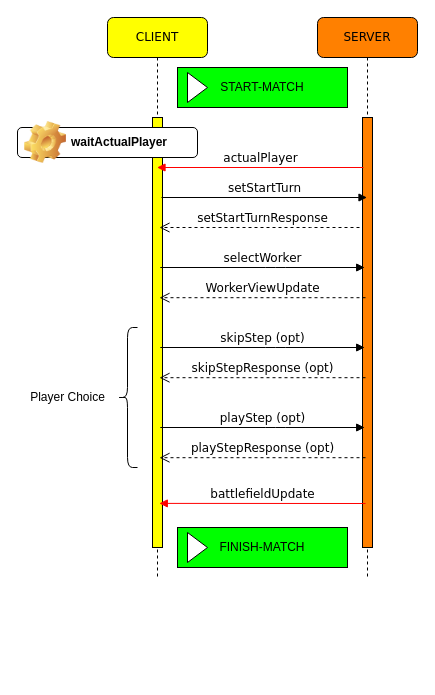
giovannidispoto/Santorini keeps this draw.io diagram as DELIVERABLES/Communications_Diagrams/2_Start_Match/2_Start_Match.drawio. Above is the earlier version. Source tidied: cells renumbered, new cells numbered last; positions are measured from the earlier drawing's top-left corner, leaving out a move shared by most shapes. Both pictures are drawn from the tidied source at 100%, with x=0, y=0 at pixel (17, 17).
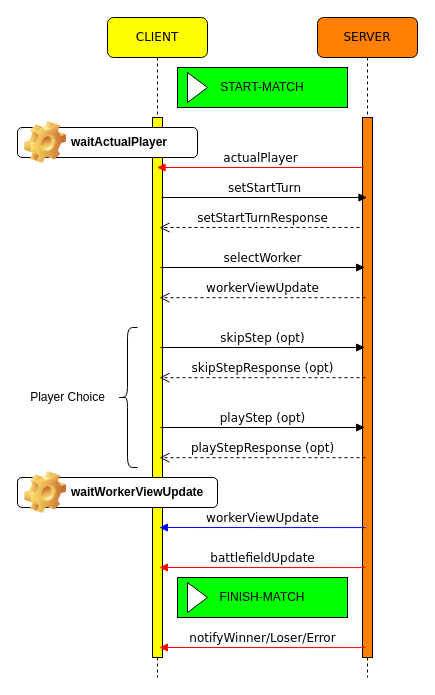
The same page after the edit.

Change to the diagram source:
```diff
@@
     <mxCell id="2" value="CLIENT" style="shape=umlLifeline;perimeter=lifelinePerimeter;whiteSpace=wrap;html=1;outlineConnect=0;rounded=1;shadow=0;comic=0;labelBackgroundColor=none;strokeWidth=1;fontFamily=Verdana;fontSize=12;align=center;fillColor=#FFFF00;" parent="1" vertex="1">
-      <mxGeometry x="90" width="100" height="560" as="geometry" />
+      <mxGeometry x="90" width="100" height="660" as="geometry" />
     </mxCell>
     <mxCell id="3" style="html=1;perimeter=orthogonalPerimeter;rounded=0;shadow=0;comic=0;labelBackgroundColor=none;strokeWidth=1;fontFamily=Verdana;fontSize=12;align=center;fillColor=#FFFF00;" parent="2" vertex="1">
-      <mxGeometry x="45" y="100" width="10" height="430" as="geometry" />
+      <mxGeometry x="45" y="100" width="10" height="540" as="geometry" />
     </mxCell>
@@
     <mxCell id="5" value="SERVER" style="shape=umlLifeline;perimeter=lifelinePerimeter;whiteSpace=wrap;html=1;outlineConnect=0;rounded=1;shadow=0;comic=0;labelBackgroundColor=none;strokeWidth=1;fontFamily=Verdana;fontSize=12;align=center;fillColor=#FF8000;" parent="1" vertex="1">
-      <mxGeometry x="300" width="100" height="560" as="geometry" />
+      <mxGeometry x="300" width="100" height="660" as="geometry" />
     </mxCell>
     <mxCell id="6" style="html=1;perimeter=orthogonalPerimeter;rounded=0;shadow=0;comic=0;labelBackgroundColor=none;strokeWidth=1;fontFamily=Verdana;fontSize=12;align=center;fillColor=#FF8000;" parent="5" vertex="1">
-      <mxGeometry x="45" y="100" width="10" height="430" as="geometry" />
+      <mxGeometry x="45" y="100" width="10" height="540" as="geometry" />
     </mxCell>
@@
-    <mxCell id="10" value="WorkerViewUpdate" style="html=1;verticalAlign=bottom;endArrow=open;dashed=1;endSize=8;labelBackgroundColor=none;fontFamily=Verdana;fontSize=12;edgeStyle=elbowEdgeStyle;elbow=vertical;entryX=0.9;entryY=0.136;entryDx=0;entryDy=0;entryPerimeter=0;" parent="1" edge="1">
+    <mxCell id="10" value="workerViewUpdate" style="html=1;verticalAlign=bottom;endArrow=open;dashed=1;endSize=8;labelBackgroundColor=none;fontFamily=Verdana;fontSize=12;edgeStyle=elbowEdgeStyle;elbow=vertical;entryX=0.9;entryY=0.136;entryDx=0;entryDy=0;entryPerimeter=0;" parent="1" edge="1">
       <mxGeometry relative="1" as="geometry">
         <mxPoint x="348" y="280.2" as="sourcePoint" />
         <mxPoint x="142" y="280" as="targetPoint" />
         <Array as="points">
           <mxPoint x="283" y="280.2" />
           <mxPoint x="313" y="280.2" />
         </Array>
       </mxGeometry>
     </mxCell>
@@
     <mxCell id="15" value="battlefieldUpdate" style="html=1;verticalAlign=bottom;endArrow=block;labelBackgroundColor=none;fontFamily=Verdana;fontSize=12;edgeStyle=elbowEdgeStyle;elbow=vertical;strokeColor=#FF0000;" parent="1" edge="1">
       <mxGeometry relative="1" as="geometry">
-        <mxPoint x="348" y="486" as="sourcePoint" />
-        <mxPoint x="141.8" y="485.9" as="targetPoint" />
+        <mxPoint x="348.1" y="550.1" as="sourcePoint" />
+        <mxPoint x="141.9" y="550" as="targetPoint" />
         <Array as="points">
-          <mxPoint x="262.2" y="485.9" />
+          <mxPoint x="262.4" y="550" />
         </Array>
       </mxGeometry>
     </mxCell>
@@
     <mxCell id="19" value="FINISH-MATCH" style="html=1;whiteSpace=wrap;fillColor=#00FF00;" parent="1" vertex="1">
-      <mxGeometry x="160" y="510" width="170" height="40" as="geometry" />
+      <mxGeometry x="160" y="560" width="170" height="40" as="geometry" />
     </mxCell>
@@
+    <mxCell id="23" value="waitWorkerViewUpdate" style="label;whiteSpace=wrap;html=1;image=img/clipart/Gear_128x128.png;" parent="1" vertex="1">
+      <mxGeometry y="460" width="200" height="30" as="geometry" />
+    </mxCell>
+    <mxCell id="24" value="workerViewUpdate" style="html=1;verticalAlign=bottom;endArrow=block;labelBackgroundColor=none;fontFamily=Verdana;fontSize=12;edgeStyle=elbowEdgeStyle;elbow=vertical;strokeColor=#0000FF;" parent="1" edge="1">
+      <mxGeometry relative="1" as="geometry">
+        <mxPoint x="348.1" y="510.1" as="sourcePoint" />
+        <mxPoint x="141.9" y="510" as="targetPoint" />
+        <Array as="points">
+          <mxPoint x="262.4" y="510" />
+        </Array>
+      </mxGeometry>
+    </mxCell>
+    <mxCell id="25" value="notifyWinner/Loser/Error" style="html=1;verticalAlign=bottom;endArrow=block;labelBackgroundColor=none;fontFamily=Verdana;fontSize=12;edgeStyle=elbowEdgeStyle;elbow=vertical;strokeColor=#FF0000;" parent="1" edge="1">
+      <mxGeometry relative="1" as="geometry">
+        <mxPoint x="348.1" y="630.1" as="sourcePoint" />
+        <mxPoint x="141.9" y="630" as="targetPoint" />
+        <Array as="points">
+          <mxPoint x="262.4" y="630" />
+        </Array>
+      </mxGeometry>
+    </mxCell>
```
